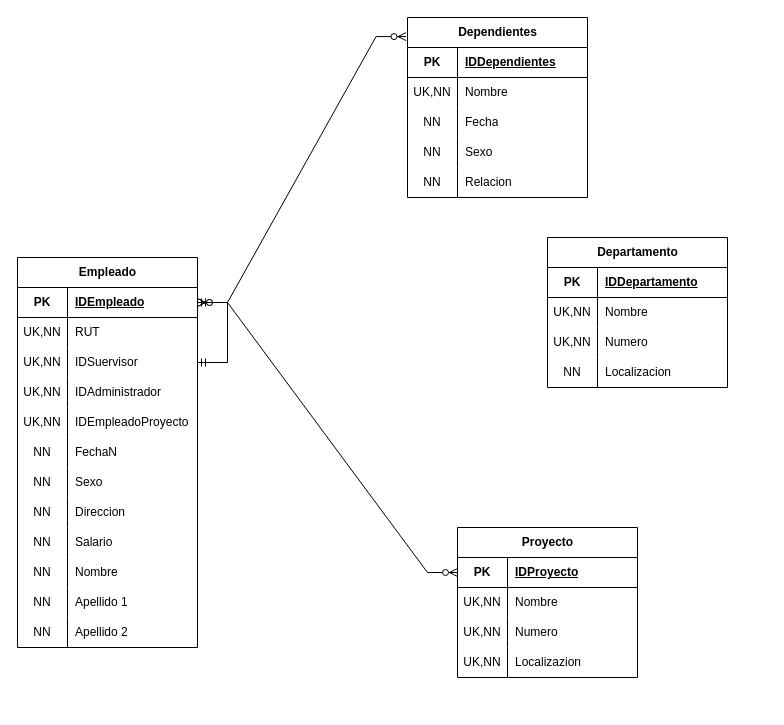
Mundrack/Base-de-datos keeps this draw.io diagram as Examen Progreso II.drawio. Above is the earlier version. Source tidied: cells renumbered, new cells numbered last; positions are measured from the earlier drawing's top-left corner, leaving out a move shared by most shapes. Both pictures are drawn from the tidied source at 100%, with x=0, y=0 at pixel (17, 17).
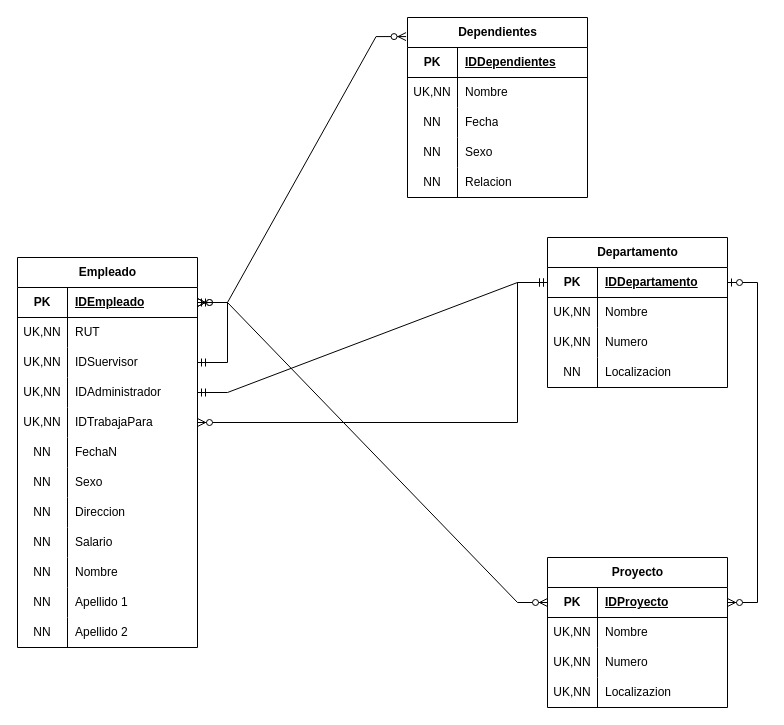
The same diagram, later.

Unchanged cells that the change refers to:
```xml
<mxCell id="12" style="shape=tableRow;horizontal=0;startSize=0;swimlaneHead=0;swimlaneBody=0;fillColor=none;points=[[0,0.5],[1,0.5]];portConstraint=eastwest;top=0;left=0;right=0;bottom=0;" parent="2" vertex="1">
  <mxGeometry y="120" width="180" height="30" as="geometry" />
</mxCell>
<mxCell id="15" style="shape=tableRow;horizontal=0;startSize=0;swimlaneHead=0;swimlaneBody=0;fillColor=none;points=[[0,0.5],[1,0.5]];portConstraint=eastwest;top=0;left=0;right=0;bottom=0;" parent="2" vertex="1">
  <mxGeometry y="150" width="180" height="30" as="geometry" />
</mxCell>
<mxCell id="41" style="shape=tableRow;horizontal=0;startSize=0;swimlaneHead=0;swimlaneBody=0;fillColor=none;points=[[0,0.5],[1,0.5]];portConstraint=eastwest;top=0;left=0;right=0;bottom=1;" parent="40" vertex="1">
  <mxGeometry y="30" width="180" height="30" as="geometry" />
</mxCell>
<mxCell id="54" style="shape=tableRow;horizontal=0;startSize=0;swimlaneHead=0;swimlaneBody=0;fillColor=none;points=[[0,0.5],[1,0.5]];portConstraint=eastwest;top=0;left=0;right=0;bottom=1;" parent="53" vertex="1">
  <mxGeometry y="30" width="180" height="30" as="geometry" />
</mxCell>
```

Diff of the diagram source:
```diff
@@
-    <mxCell id="17" value="IDEmpleadoProyecto" style="shape=partialRectangle;fillColor=none;top=0;left=0;bottom=0;right=0;align=left;spacingLeft=6;overflow=hidden;whiteSpace=wrap;html=1;" parent="15" vertex="1">
+    <mxCell id="17" value="IDTrabajaPara" style="shape=partialRectangle;fillColor=none;top=0;left=0;bottom=0;right=0;align=left;spacingLeft=6;overflow=hidden;whiteSpace=wrap;html=1;" parent="15" vertex="1">
       <mxGeometry x="50" width="130" height="30" as="geometry" />
     </mxCell>
@@
     <mxCell id="53" value="Proyecto" style="shape=table;startSize=30;childLayout=tableLayout;rowLines=0;fontStyle=1;align=center;html=1;" parent="1" vertex="1">
-      <mxGeometry x="440" y="510" width="180" height="150" as="geometry" />
+      <mxGeometry x="530" y="540" width="180" height="150" as="geometry" />
     </mxCell>
@@
+    <mxCell id="84" style="edgeStyle=entityRelationEdgeStyle;fontSize=12;html=1;endArrow=ERmandOne;startArrow=ERmandOne;rounded=0;exitX=1;exitY=0.5;exitDx=0;exitDy=0;entryX=0;entryY=0.5;entryDx=0;entryDy=0;" parent="1" edge="1" source="12" target="41">
+      <mxGeometry relative="1" as="geometry">
+        <Array as="points">
+          <mxPoint x="450" y="265" />
+        </Array>
+      </mxGeometry>
+    </mxCell>
+    <mxCell id="85" style="edgeStyle=orthogonalEdgeStyle;fontSize=12;html=1;endArrow=ERzeroToMany;startArrow=ERmandOne;rounded=0;exitX=0;exitY=0.5;exitDx=0;exitDy=0;entryX=1;entryY=0.5;entryDx=0;entryDy=0;" parent="1" edge="1" source="41" target="15">
+      <mxGeometry relative="1" as="geometry">
+        <Array as="points">
+          <mxPoint x="500" y="265" />
+          <mxPoint x="500" y="405" />
+        </Array>
+      </mxGeometry>
+    </mxCell>
+    <mxCell id="86" style="edgeStyle=entityRelationEdgeStyle;fontSize=12;html=1;endArrow=ERzeroToMany;startArrow=ERzeroToOne;rounded=0;exitX=1;exitY=0.5;exitDx=0;exitDy=0;entryX=1;entryY=0.5;entryDx=0;entryDy=0;" parent="1" edge="1" source="41" target="54">
+      <mxGeometry relative="1" as="geometry" />
+    </mxCell>
```
